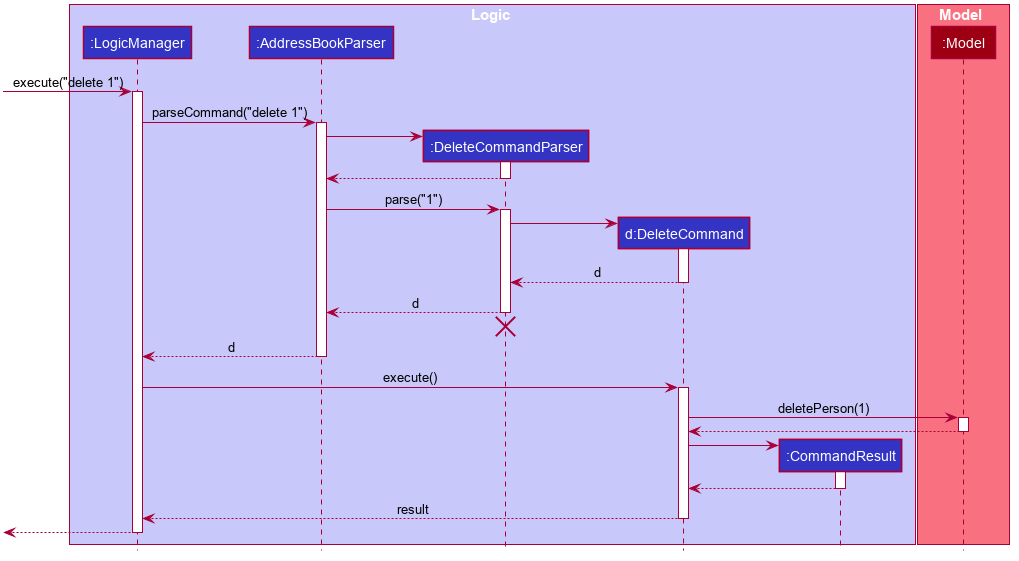
Earlier version of the PlantUML export docs/images/DeleteSequenceDiagram.png (nus-cs2103-AY2223S1/tp).
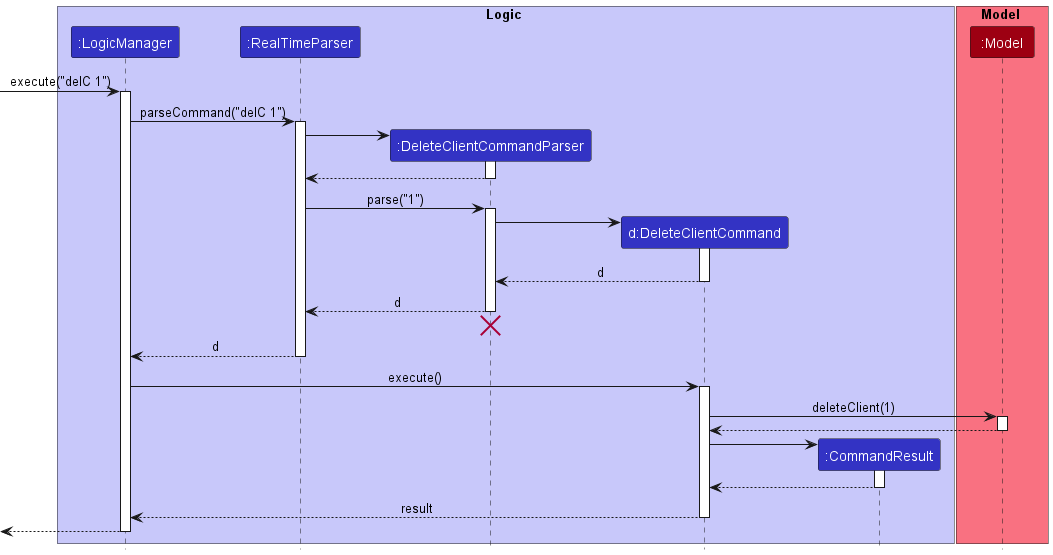
The same diagram one commit later.

What changed in the source:
```diff
@@ -1,114 +1,67 @@
 @startuml
+!include style.puml
 
-
-
-
-
-
-
-
-skinparam BackgroundColor #FFFFFFF
-
-skinparam Shadowing false
-
-skinparam Class {
-    FontColor #FFFFFF
-    BorderThickness 1
-    BorderColor #FFFFFF
-    StereotypeFontColor #FFFFFF
-    FontName Arial
-}
-
-skinparam Actor {
-    BorderColor #000000
-    Color #000000
-    FontName Arial
-}
-
-skinparam Sequence {
-    MessageAlign center
-    BoxFontSize 15
-    BoxPadding 0
-    BoxFontColor #FFFFFF
-    FontName Arial
-}
-
-skinparam Participant {
-    FontColor #FFFFFFF
-    Padding 20
-}
-
-skinparam MinClassWidth 50
-skinparam ParticipantPadding 10
-skinparam Shadowing false
-skinparam DefaultTextAlignment center
-skinparam packageStyle Rectangle
-
-hide footbox
-hide members
-hide circle
-
-box Logic #C8C8FA
-participant ":LogicManager" as LogicManager #3333C4
-participant ":AddressBookParser" as AddressBookParser #3333C4
-participant ":DeleteCommandParser" as DeleteCommandParser #3333C4
-participant "d:DeleteCommand" as DeleteCommand #3333C4
-participant ":CommandResult" as CommandResult #3333C4
+box Logic LOGIC_COLOR_T1
+participant ":LogicManager" as LogicManager LOGIC_COLOR
+participant ":RealTimeParser" as RealTimeParser LOGIC_COLOR
+participant ":DeleteClientCommandParser" as DeleteClientCommandParser LOGIC_COLOR
+participant "d:DeleteClientCommand" as DeleteClientCommand LOGIC_COLOR
+participant ":CommandResult" as CommandResult LOGIC_COLOR
 end box
 
-box Model #F97181
-participant ":Model" as Model #9D0012
+box Model MODEL_COLOR_T1
+participant ":Model" as Model MODEL_COLOR
 end box
 
-[-> LogicManager : execute("delete 1")
+[-> LogicManager : execute("delC 1")
 activate LogicManager
 
-LogicManager -> AddressBookParser : parseCommand("delete 1")
-activate AddressBookParser
+LogicManager -> RealTimeParser : parseCommand("delC 1")
+activate RealTimeParser
 
-create DeleteCommandParser
-AddressBookParser -> DeleteCommandParser
-activate DeleteCommandParser
+create DeleteClientCommandParser
+RealTimeParser -> DeleteClientCommandParser
+activate DeleteClientCommandParser
 
-DeleteCommandParser --> AddressBookParser
-deactivate DeleteCommandParser
+DeleteClientCommandParser --> RealTimeParser
+deactivate DeleteClientCommandParser
 
-AddressBookParser -> DeleteCommandParser : parse("1")
-activate DeleteCommandParser
+RealTimeParser -> DeleteClientCommandParser : parse("1")
+activate DeleteClientCommandParser
 
-create DeleteCommand
-DeleteCommandParser -> DeleteCommand
-activate DeleteCommand
+create DeleteClientCommand
+DeleteClientCommandParser -> DeleteClientCommand
+activate DeleteClientCommand
 
-DeleteCommand --> DeleteCommandParser : d
-deactivate DeleteCommand
+DeleteClientCommand --> DeleteClientCommandParser : d
+deactivate DeleteClientCommand
 
-DeleteCommandParser --> AddressBookParser : d
-deactivate DeleteCommandParser
-DeleteCommandParser -[hidden]-> AddressBookParser
-destroy DeleteCommandParser
+DeleteClientCommandParser --> RealTimeParser : d
+deactivate DeleteClientCommandParser
+DeleteClientCommandParser -[hidden]-> RealTimeParser
+destroy DeleteClientCommandParser
 
-AddressBookParser --> LogicManager : d
-deactivate AddressBookParser
+RealTimeParser --> LogicManager : d
+deactivate RealTimeParser
 
-LogicManager -> DeleteCommand : execute()
-activate DeleteCommand
+LogicManager -> DeleteClientCommand : execute()
+activate DeleteClientCommand
 
-DeleteCommand -> Model : deletePerson(1)
+DeleteClientCommand -> Model : deleteClient(1)
 activate Model
 
-Model --> DeleteCommand
+Model --> DeleteClientCommand
 deactivate Model
 
 create CommandResult
-DeleteCommand -> CommandResult
+DeleteClientCommand -> CommandResult
 activate CommandResult
 
-CommandResult --> DeleteCommand
+CommandResult --> DeleteClientCommand
 deactivate CommandResult
 
-DeleteCommand --> LogicManager : result
-deactivate DeleteCommand
+DeleteClientCommand --> LogicManager : result
+deactivate DeleteClientCommand
 
 [<--LogicManager
 deactivate LogicManager
```
